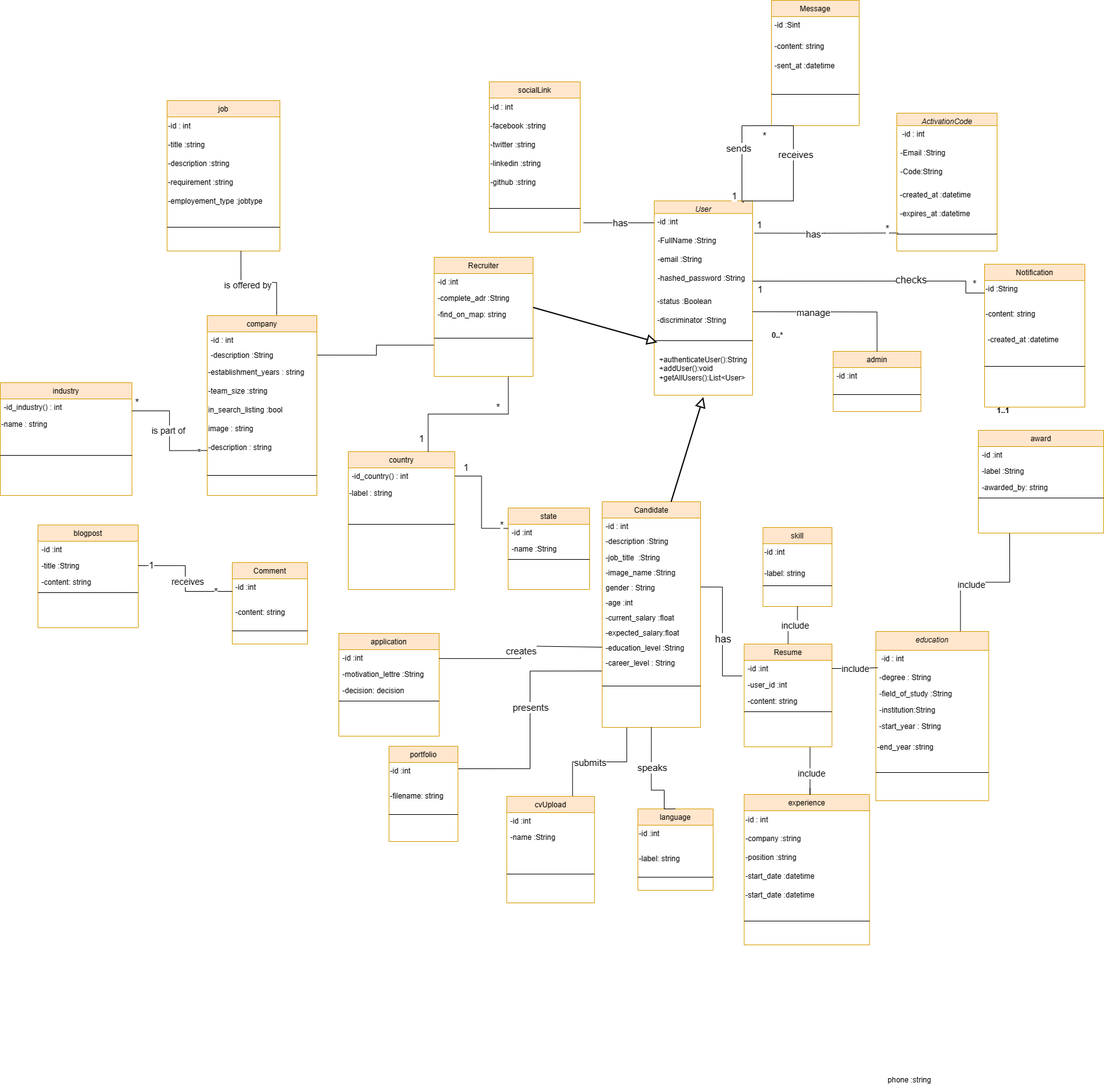
This is class diagram.drawio.png from chirine1/-project, a draw.io export, as it was before one commit. Source tidied: cells renumbered, new cells last; positions are measured from the earlier drawing's top-left corner, leaving out a move shared by most shapes.
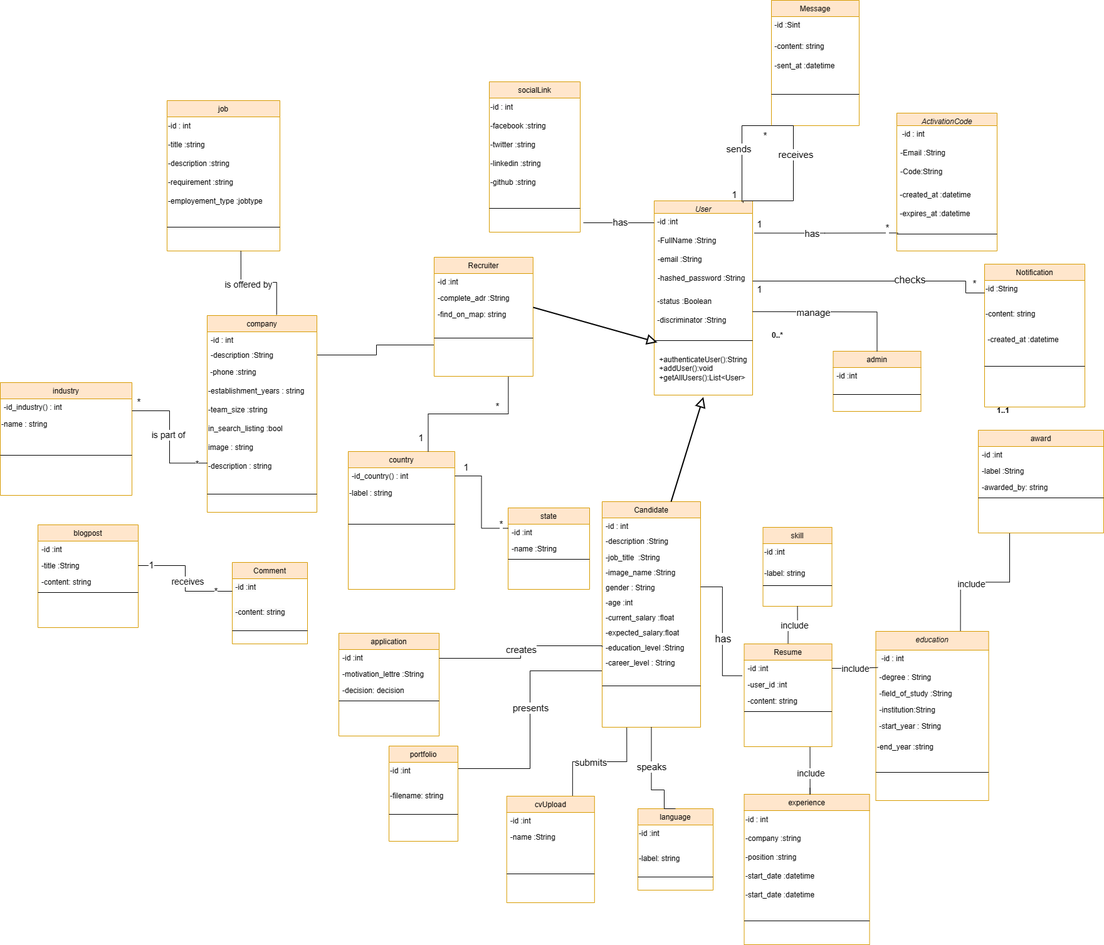
The same file after the commit.

Commit message:
Mettre à jour class diagram.drawio.png

Change to the diagram source:
```diff
@@ -169,7 +169,7 @@
       </mxGeometry>
     </mxCell>
     <mxCell id="52" value="company" style="swimlane;fontStyle=0;align=center;verticalAlign=top;horizontal=1;startSize=26;rounded=0;shadow=0;strokeWidth=1;fillColor=#ffe6cc;strokeColor=#d79b00;" parent="1" vertex="1">
-      <mxGeometry x="330" y="503" width="175" height="287" as="geometry" />
+      <mxGeometry x="330" y="503" width="175" height="314" as="geometry" />
     </mxCell>
     <mxCell id="53" value="-id : int" style="text;align=left;verticalAlign=top;spacingLeft=4;spacingRight=4;overflow=hidden;" parent="52" vertex="1">
       <mxGeometry y="26" width="175" height="24" as="geometry" />
@@ -177,23 +177,26 @@
     <mxCell id="54" value="-description :String" style="text;strokeColor=none;fillColor=none;align=left;verticalAlign=top;spacingLeft=4;spacingRight=4;overflow=hidden;points=[[0,0.5],[1,0.5]];portConstraint=eastwest;whiteSpace=wrap;html=1;" parent="52" vertex="1">
       <mxGeometry y="50" width="175" height="26" as="geometry" />
     </mxCell>
+    <mxCell id="109" value="&amp;nbsp;-phone :string" style="text;html=1;align=left;verticalAlign=middle;strokeColor=none;fillColor=none;" parent="52" vertex="1">
+      <mxGeometry y="76" width="175" height="30" as="geometry" />
+    </mxCell>
     <mxCell id="55" value="-establishment_years : string" style="text;html=1;align=left;verticalAlign=middle;strokeColor=none;fillColor=none;" parent="52" vertex="1">
-      <mxGeometry y="76" width="175" height="30" as="geometry" />
+      <mxGeometry y="106" width="175" height="30" as="geometry" />
     </mxCell>
     <mxCell id="56" value="-team_size :string" style="text;html=1;align=left;verticalAlign=middle;strokeColor=none;fillColor=none;" parent="52" vertex="1">
-      <mxGeometry y="106" width="175" height="30" as="geometry" />
+      <mxGeometry y="136" width="175" height="30" as="geometry" />
     </mxCell>
     <mxCell id="57" value="in_search_listing :bool" style="text;html=1;align=left;verticalAlign=middle;strokeColor=none;fillColor=none;" parent="52" vertex="1">
-      <mxGeometry y="136" width="175" height="30" as="geometry" />
+      <mxGeometry y="166" width="175" height="30" as="geometry" />
     </mxCell>
     <mxCell id="58" value="image : string" style="text;html=1;align=left;verticalAlign=middle;strokeColor=none;fillColor=none;" parent="52" vertex="1">
-      <mxGeometry y="166" width="175" height="30" as="geometry" />
+      <mxGeometry y="196" width="175" height="30" as="geometry" />
     </mxCell>
     <mxCell id="59" value="-description : string" style="text;html=1;align=left;verticalAlign=middle;strokeColor=none;fillColor=none;" parent="52" vertex="1">
-      <mxGeometry y="196" width="175" height="30" as="geometry" />
+      <mxGeometry y="226" width="175" height="30" as="geometry" />
     </mxCell>
     <mxCell id="60" style="line;html=1;strokeWidth=1;align=left;verticalAlign=middle;spacingTop=-1;spacingLeft=3;spacingRight=3;labelPosition=right;" parent="52" vertex="1">
-      <mxGeometry y="226" width="175" height="58" as="geometry" />
+      <mxGeometry y="256" width="175" height="58" as="geometry" />
     </mxCell>
     <mxCell id="61" value="experience" style="swimlane;fontStyle=0;align=center;verticalAlign=top;horizontal=1;startSize=26;rounded=0;shadow=0;strokeWidth=1;fillColor=#ffe6cc;strokeColor=#d79b00;" parent="1" vertex="1">
       <mxGeometry x="1186.5" y="1267" width="200" height="240" as="geometry" />
@@ -343,9 +346,6 @@
     <mxCell id="108" style="line;html=1;strokeWidth=1;align=left;verticalAlign=middle;spacingTop=-1;spacingLeft=3;spacingRight=3;labelPosition=right;" parent="104" vertex="1">
       <mxGeometry y="104" width="157.8" height="50" as="geometry" />
     </mxCell>
-    <mxCell id="109" value="phone :string" style="text;html=1;align=center;verticalAlign=middle;strokeColor=none;fillColor=none;" parent="1" vertex="1">
-      <mxGeometry x="1405" y="1708" width="90" height="30" as="geometry" />
-    </mxCell>
     <mxCell id="110" value="industry" style="swimlane;fontStyle=0;align=center;verticalAlign=top;horizontal=1;startSize=26;rounded=0;shadow=0;strokeWidth=1;fillColor=#ffe6cc;strokeColor=#d79b00;" parent="1" vertex="1">
       <mxGeometry y="610" width="210" height="180" as="geometry" />
     </mxCell>
```
